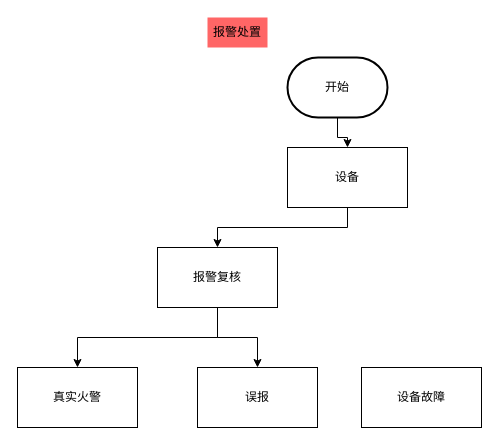
The draw.io diagram 未命名绘图.drawio in Swordsman12/drawio, before the edit. Source tidied: cells renumbered, new cells numbered last; positions are measured from the earlier drawing's top-left corner, leaving out a move shared by most shapes. Both pictures are drawn from the tidied source at 100%, with x=0, y=0 at pixel (17, 17).
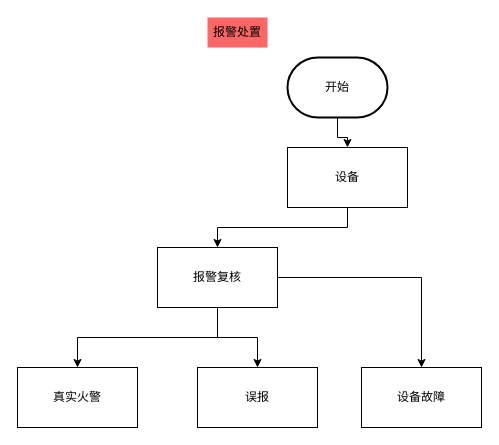
Above is the later version.

Commit message:
更新未命名绘图.drawio

What changed in the source:
```diff
@@
 <mxGraphModel>
   <root>
     <mxCell id="0" />
     <mxCell id="1" parent="0" />
     <mxCell id="2" style="edgeStyle=orthogonalEdgeStyle;rounded=0;jettySize=auto;html=1;exitX=0.5;exitY=1;exitDx=0;exitDy=0;exitPerimeter=0;" parent="1" edge="1" source="3" target="6">
       <mxGeometry relative="1" as="geometry" />
     </mxCell>
     <mxCell id="3" value="开始" style="strokeWidth=2;html=1;shape=mxgraph.flowchart.terminator;whiteSpace=wrap;" parent="1" vertex="1">
       <mxGeometry x="270" y="40" width="100" height="60" as="geometry" />
     </mxCell>
     <mxCell id="4" value="报警处置" style="text;html=1;strokeColor=none;fillColor=#FF6666;align=center;verticalAlign=middle;whiteSpace=wrap;rounded=0;" parent="1" vertex="1">
       <mxGeometry x="190" width="60" height="30" as="geometry" />
     </mxCell>
     <mxCell id="5" style="edgeStyle=orthogonalEdgeStyle;rounded=0;jettySize=auto;html=1;exitX=0.5;exitY=1;exitDx=0;exitDy=0;" parent="1" edge="1" source="6" target="9">
       <mxGeometry relative="1" as="geometry" />
     </mxCell>
     <mxCell id="6" value="设备" style="rounded=0;whiteSpace=wrap;html=1;" parent="1" vertex="1">
       <mxGeometry x="270" y="130" width="120" height="60" as="geometry" />
     </mxCell>
     <mxCell id="7" style="edgeStyle=orthogonalEdgeStyle;rounded=0;jettySize=auto;html=1;exitX=0.5;exitY=1;exitDx=0;exitDy=0;" parent="1" edge="1" source="9" target="10">
       <mxGeometry relative="1" as="geometry" />
     </mxCell>
     <mxCell id="8" style="edgeStyle=orthogonalEdgeStyle;rounded=0;jettySize=auto;html=1;" parent="1" edge="1" source="9" target="11">
       <mxGeometry relative="1" as="geometry" />
     </mxCell>
+    <mxCell id="13" style="edgeStyle=orthogonalEdgeStyle;rounded=0;jettySize=auto;html=1;entryX=0.5;entryY=0;entryDx=0;entryDy=0;" parent="1" edge="1" source="9" target="12">
+      <mxGeometry relative="1" as="geometry" />
+    </mxCell>
     <mxCell id="9" value="报警复核" style="rounded=0;whiteSpace=wrap;html=1;" parent="1" vertex="1">
       <mxGeometry x="140" y="230" width="120" height="60" as="geometry" />
     </mxCell>
     <mxCell id="10" value="真实火警" style="rounded=0;whiteSpace=wrap;html=1;" parent="1" vertex="1">
       <mxGeometry y="350" width="120" height="60" as="geometry" />
     </mxCell>
     <mxCell id="11" value="误报" style="rounded=0;whiteSpace=wrap;html=1;" parent="1" vertex="1">
       <mxGeometry x="180" y="350" width="120" height="60" as="geometry" />
     </mxCell>
     <mxCell id="12" value="设备故障" style="rounded=0;whiteSpace=wrap;html=1;" parent="1" vertex="1">
       <mxGeometry x="344" y="350" width="120" height="60" as="geometry" />
     </mxCell>
   </root>
 </mxGraphModel>
```
